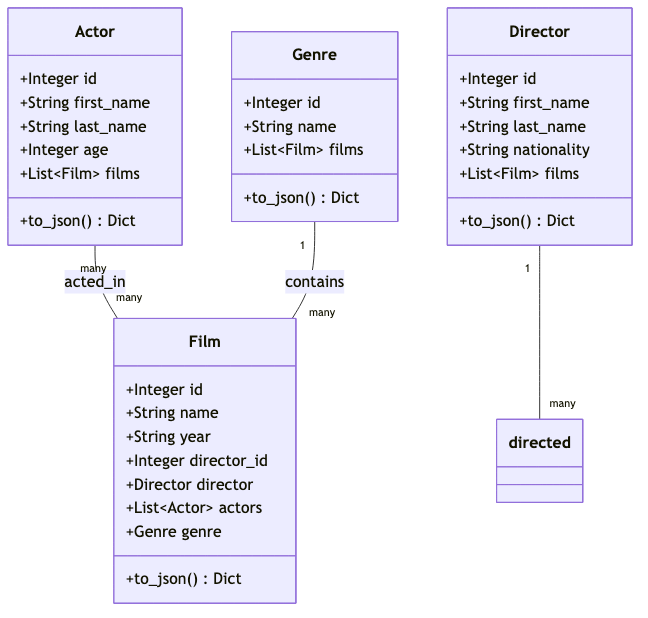
Earlier version of the Mermaid export assignment-4/class_diagram.png (arnavr06/fpiot451U). Its source is kept beside it as assignment-4/class_diagram.mmd.
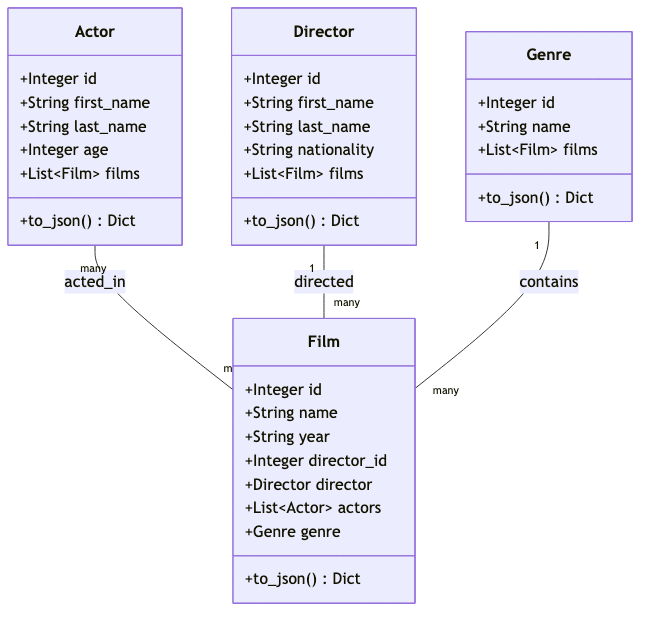
The same diagram one commit later.

Change to the diagram source:
```diff
@@ -36,5 +36,5 @@
     }
 
 Actor "many" -- "many" Film: acted_in
-Director "1" -- "many" directed
+Director "1" -- "many" Film: directed
 Genre "1" -- "many" Film: contains
```
